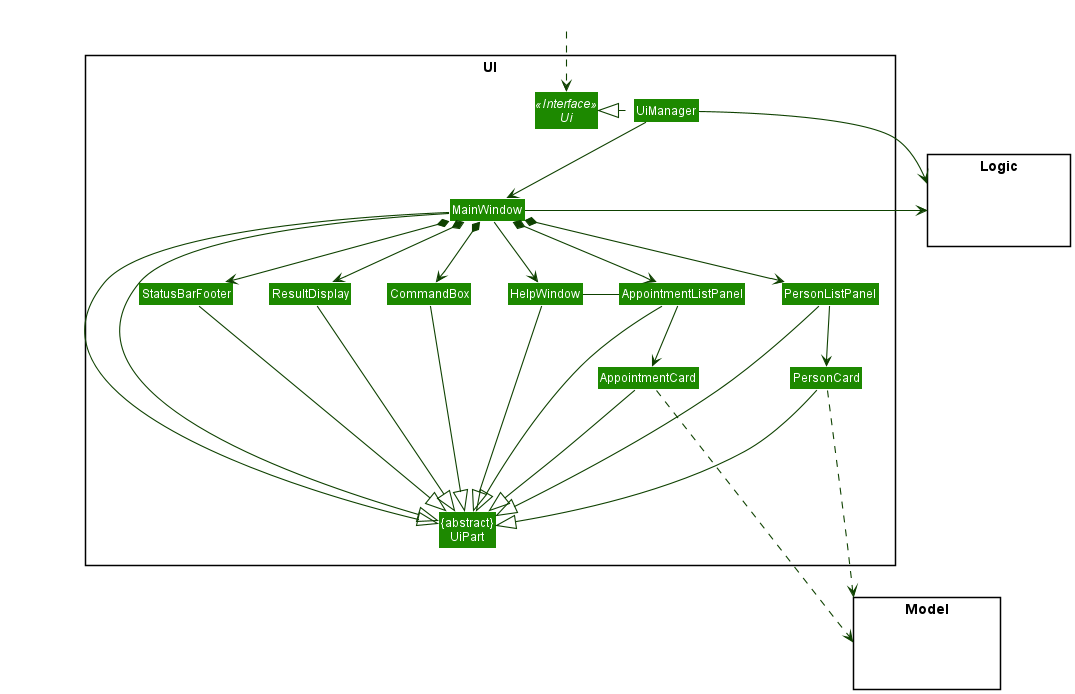
Earlier version of the PlantUML export docs/images/AppointmentWithUIClassDiagram.png (nus-cs2103-AY2021S2/tp).
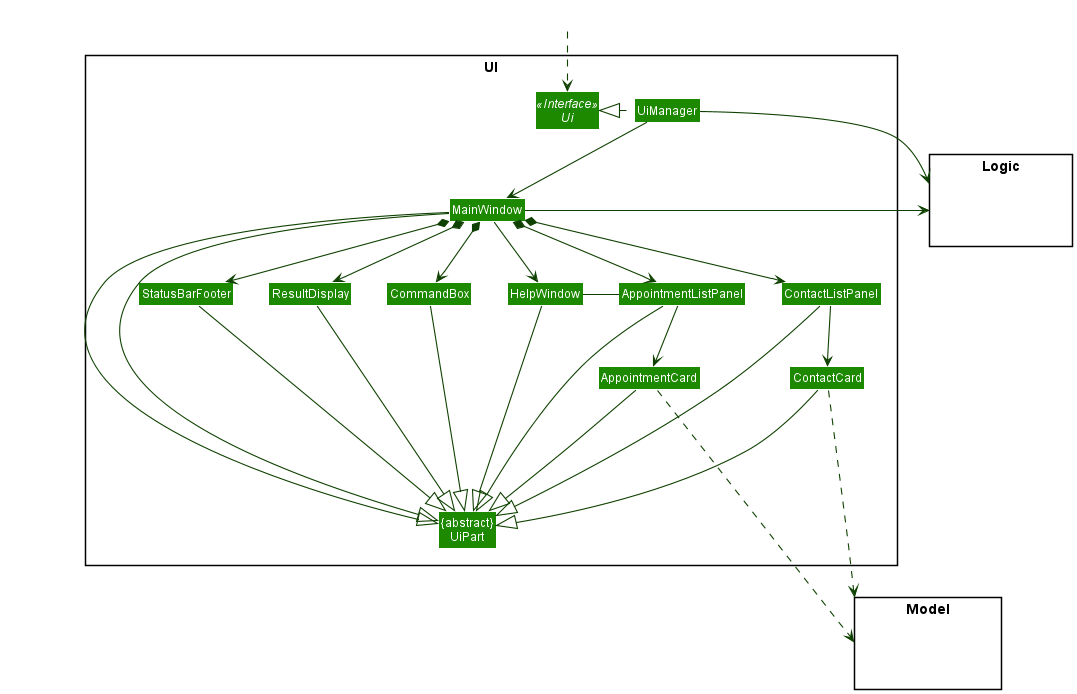
The same file after the commit.

Diff of the diagram source:
```diff
@@ -11,8 +11,8 @@
 Class MainWindow
 Class HelpWindow
 Class ResultDisplay
-Class PersonListPanel
-Class PersonCard
+Class ContactListPanel
+Class ContactCard
 Class AppointmentListPanel
 Class AppointmentCard
 Class StatusBarFooter
@@ -35,30 +35,30 @@
 MainWindow --> HelpWindow
 MainWindow *-down-> CommandBox
 MainWindow *-down-> ResultDisplay
-MainWindow *-down-> PersonListPanel
+MainWindow *-down-> ContactListPanel
 MainWindow *-down-> AppointmentListPanel
 MainWindow *-down-> StatusBarFooter
 
-PersonListPanel -down-> PersonCard
+ContactListPanel -down-> ContactCard
 AppointmentListPanel -down-> AppointmentCard
 
 MainWindow -left-|> UiPart
 
 ResultDisplay ---|> UiPart
 CommandBox ---|> UiPart
-PersonListPanel ---|> UiPart
-PersonCard ---|> UiPart
+ContactListPanel ---|> UiPart
+ContactCard ---|> UiPart
 AppointmentListPanel ---|> UiPart
 AppointmentCard ---|> UiPart
 StatusBarFooter ---|> UiPart
 HelpWindow -down--|> UiPart
 
-PersonCard ....> Model
+ContactCard ....> Model
 AppointmentCard ....> Model
 UiManager -right-> Logic
 MainWindow -left-> Logic
 
-PersonListPanel -[hidden]left- HelpWindow
+ContactListPanel -[hidden]left- HelpWindow
 AppointmentListPanel -left- HelpWindow
 HelpWindow -[hidden]left- CommandBox
 CommandBox -[hidden]left- ResultDisplay
```
